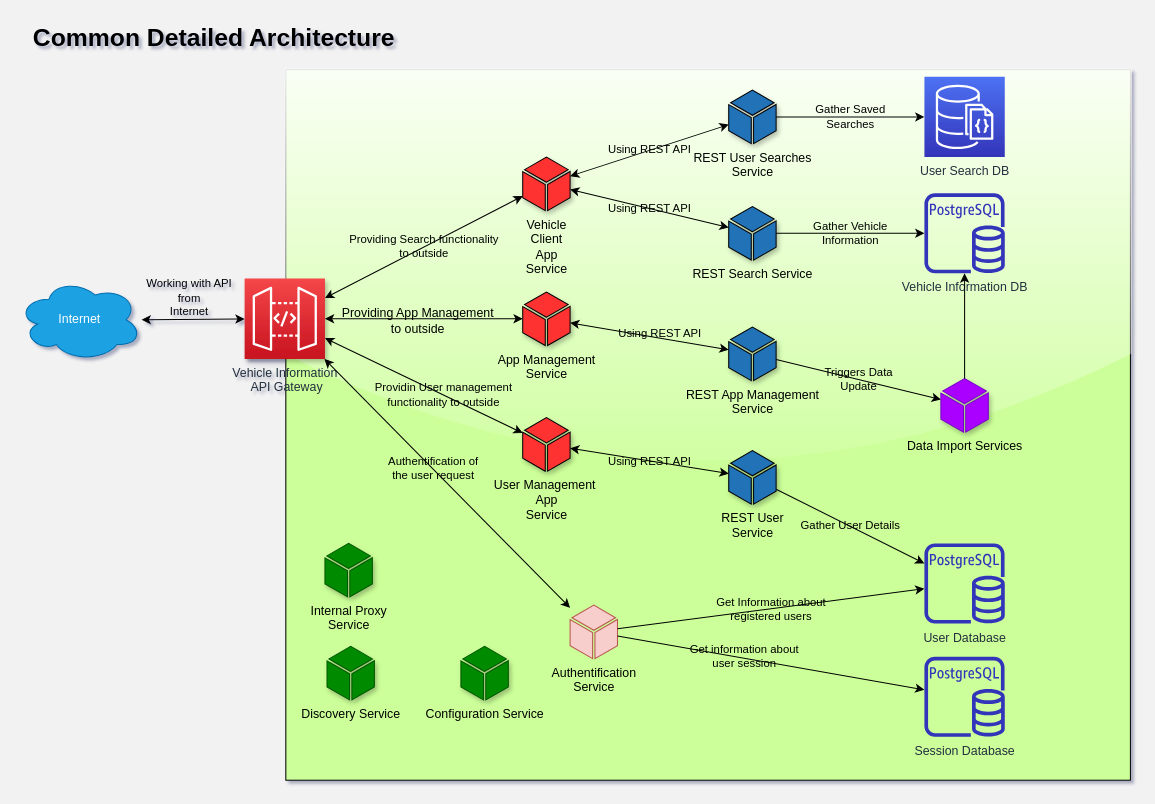
sanyokkua/vehicle-info-ua keeps this draw.io diagram as page "Common Detailed Architecture" (2 of 3) of Documentation/Diagrams/Arch_General.drawio. Above is the earlier version. Source tidied: cells renumbered, new cells numbered last; positions are measured from the earlier drawing's top-left corner, leaving out a move shared by most shapes. Both pictures are drawn from the tidied source at 103%, with x=0, y=0 at pixel (18, 18).
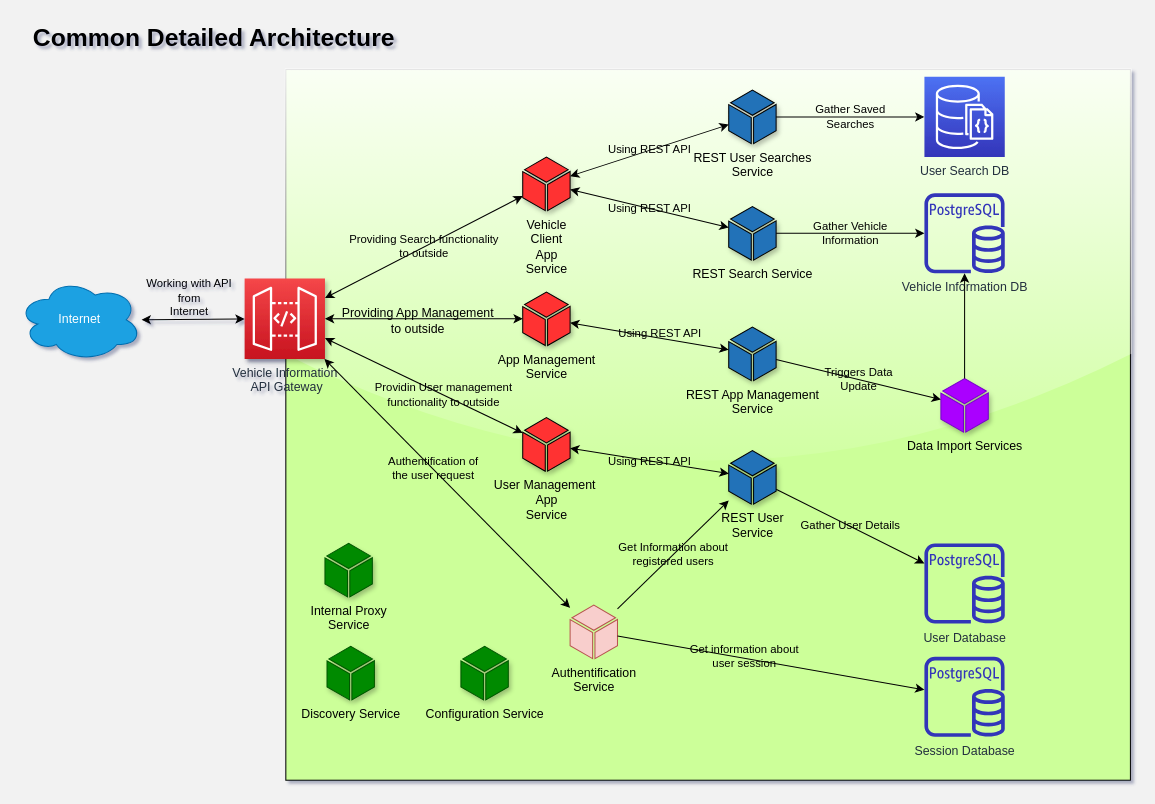
After the change.

Unchanged cells that the change refers to:
```xml
<mxCell id="6" value="Authentification &lt;br&gt;Service" style="shadow=0;dashed=0;html=1;strokeColor=#b85450;labelPosition=center;verticalLabelPosition=bottom;verticalAlign=top;outlineConnect=0;align=center;shape=mxgraph.office.concepts.node_generic;fillColor=#f8cecc;" parent="1" vertex="1">
  <mxGeometry x="536" y="570" width="46" height="52" as="geometry" />
</mxCell>
<mxCell id="9" value="User Database" style="outlineConnect=0;fontColor=#232F3E;gradientColor=none;fillColor=#3334B9;strokeColor=none;dashed=0;verticalLabelPosition=bottom;verticalAlign=top;align=center;html=1;fontSize=12;fontStyle=0;shape=mxgraph.aws4.rds_postgresql_instance;" parent="1" vertex="1">
  <mxGeometry x="880" y="510" width="78" height="78" as="geometry" />
</mxCell>
<mxCell id="31" value="REST User&lt;br&gt;Service" style="shadow=1;dashed=0;html=1;strokeColor=#000000;labelPosition=center;verticalLabelPosition=bottom;verticalAlign=top;outlineConnect=0;align=center;shape=mxgraph.office.concepts.node_generic;fillColor=#2072B8;" parent="1" vertex="1">
  <mxGeometry x="690" y="420" width="46" height="52" as="geometry" />
</mxCell>
```

Diff of the diagram source:
```diff
@@
-    <mxCell id="15" value="Get Information about&lt;br&gt;registered users" style="endArrow=classic;html=1;labelBackgroundColor=none;" parent="1" edge="1" source="6" target="9">
+    <mxCell id="15" value="Get Information about&lt;br&gt;registered users" style="endArrow=classic;html=1;labelBackgroundColor=none;" parent="1" edge="1" source="6" target="31">
       <mxGeometry relative="1" as="geometry" />
     </mxCell>
```
